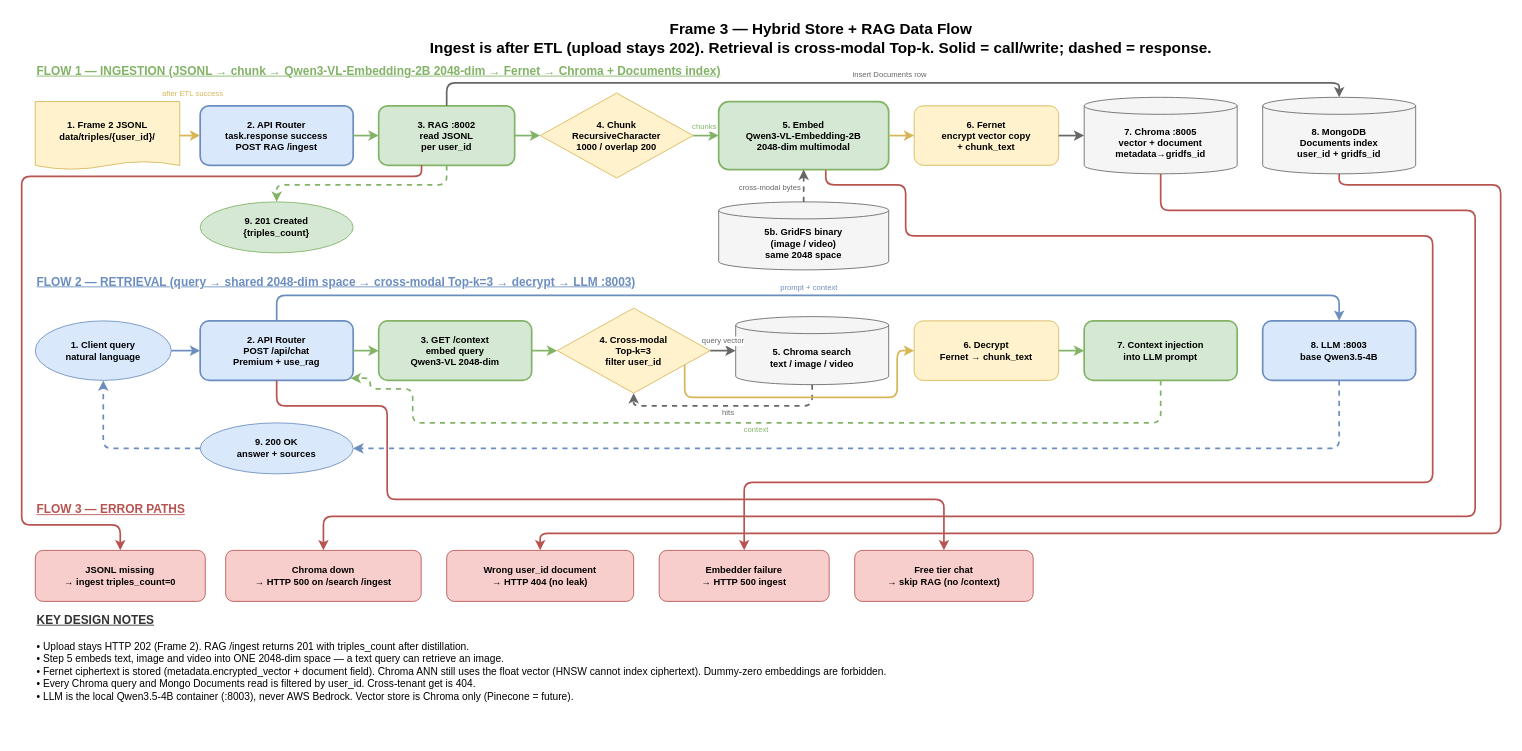
The draw.io diagram openspec/changes/objective-3-hybrid-store-rag/output/diagrams/rag-dataflow.drawio in da-ros/llm-brain, before the edit. Source tidied: cells renumbered, new cells numbered last; positions are measured from the earlier drawing's top-left corner, leaving out a move shared by most shapes. Both pictures are drawn from the tidied source at 85%, with x=0, y=0 at pixel (21, 14).
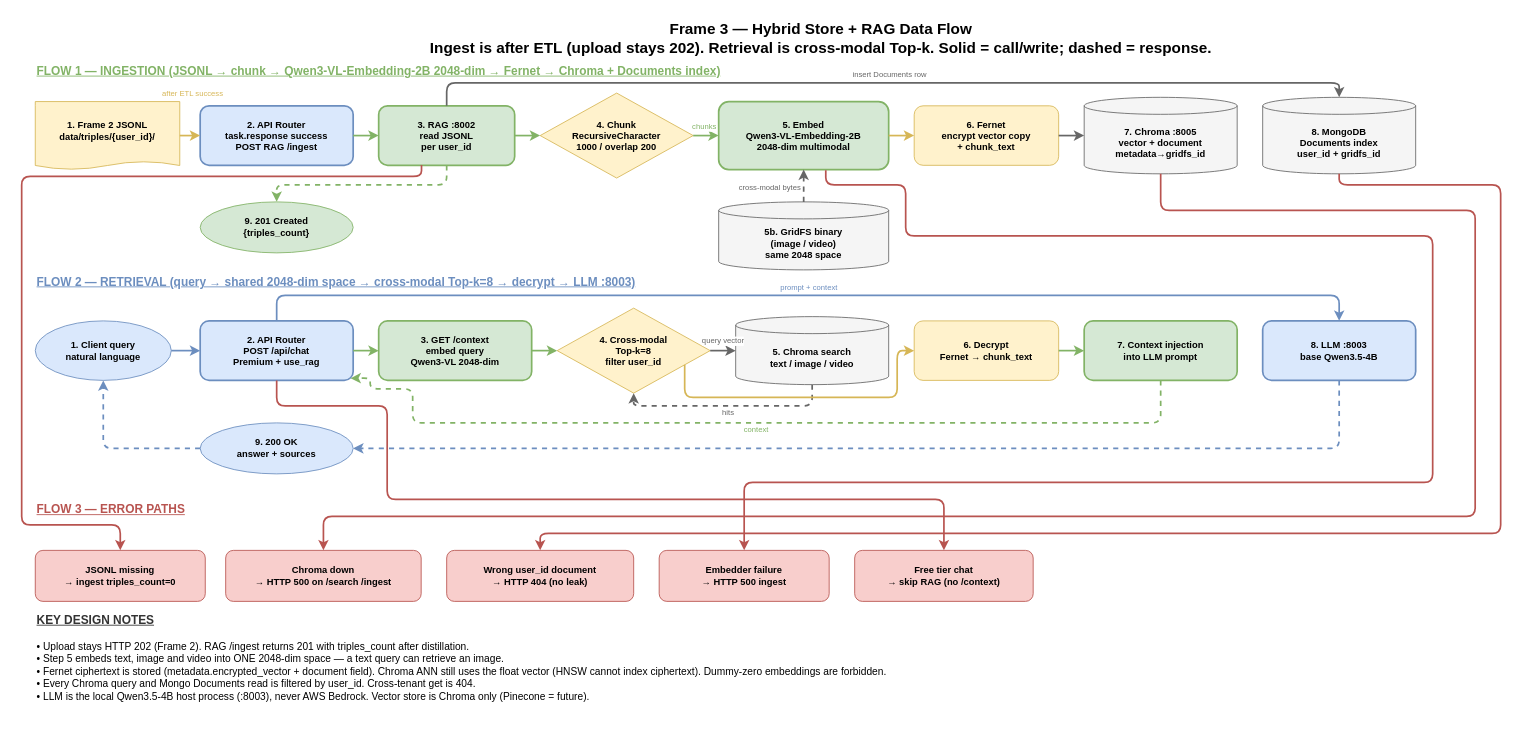
After the change.

What changed in the source:
```diff
@@
-    <mxCell id="27" value="FLOW 2 — RETRIEVAL (query → shared 2048-dim space → cross-modal Top-k=3 → decrypt → LLM :8003)" style="text;html=1;align=left;verticalAlign=middle;strokeColor=none;fillColor=none;fontSize=14;fontStyle=5;fontColor=#6c8ebf;" parent="1" vertex="1">
+    <mxCell id="27" value="FLOW 2 — RETRIEVAL (query → shared 2048-dim space → cross-modal Top-k=8 → decrypt → LLM :8003)" style="text;html=1;align=left;verticalAlign=middle;strokeColor=none;fillColor=none;fontSize=14;fontStyle=5;fontColor=#6c8ebf;" parent="1" vertex="1">
       <mxGeometry x="16" y="302" width="1300" height="24" as="geometry" />
     </mxCell>
@@
-    <mxCell id="31" value="4. Cross-modal&#10;Top-k=3&#10;filter user_id" style="rhombus;whiteSpace=wrap;html=1;fillColor=#fff2cc;strokeColor=#d6b656;fontSize=11;fontStyle=1;" parent="1" vertex="1">
+    <mxCell id="31" value="4. Cross-modal&#10;Top-k=8&#10;filter user_id" style="rhombus;whiteSpace=wrap;html=1;fillColor=#fff2cc;strokeColor=#d6b656;fontSize=11;fontStyle=1;" parent="1" vertex="1">
       <mxGeometry x="630" y="345" width="180" height="100" as="geometry" />
     </mxCell>
@@
-    <mxCell id="64" value="• Upload stays HTTP 202 (Frame 2). RAG /ingest returns 201 with triples_count after distillation.&#10;• Step 5 embeds text, image and video into ONE 2048-dim space — a text query can retrieve an image.&#10;• Fernet ciphertext is stored (metadata.encrypted_vector + document field). Chroma ANN still uses the float vector (HNSW cannot index ciphertext). Dummy-zero embeddings are forbidden.&#10;• Every Chroma query and Mongo Documents read is filtered by user_id. Cross-tenant get is 404.&#10;• LLM is the local Qwen3.5-4B container (:8003), never AWS Bedrock. Vector store is Chroma only (Pinecone = future)." style="text;html=1;align=left;verticalAlign=top;strokeColor=none;fillColor=none;fontSize=12;" parent="1" vertex="1">
+    <mxCell id="64" value="• Upload stays HTTP 202 (Frame 2). RAG /ingest returns 201 with triples_count after distillation.&#10;• Step 5 embeds text, image and video into ONE 2048-dim space — a text query can retrieve an image.&#10;• Fernet ciphertext is stored (metadata.encrypted_vector + document field). Chroma ANN still uses the float vector (HNSW cannot index ciphertext). Dummy-zero embeddings are forbidden.&#10;• Every Chroma query and Mongo Documents read is filtered by user_id. Cross-tenant get is 404.&#10;• LLM is the local Qwen3.5-4B host process (:8003), never AWS Bedrock. Vector store is Chroma only (Pinecone = future)." style="text;html=1;align=left;verticalAlign=top;strokeColor=none;fillColor=none;fontSize=12;" parent="1" vertex="1">
       <mxGeometry x="16" y="730" width="1600" height="120" as="geometry" />
     </mxCell>
```
